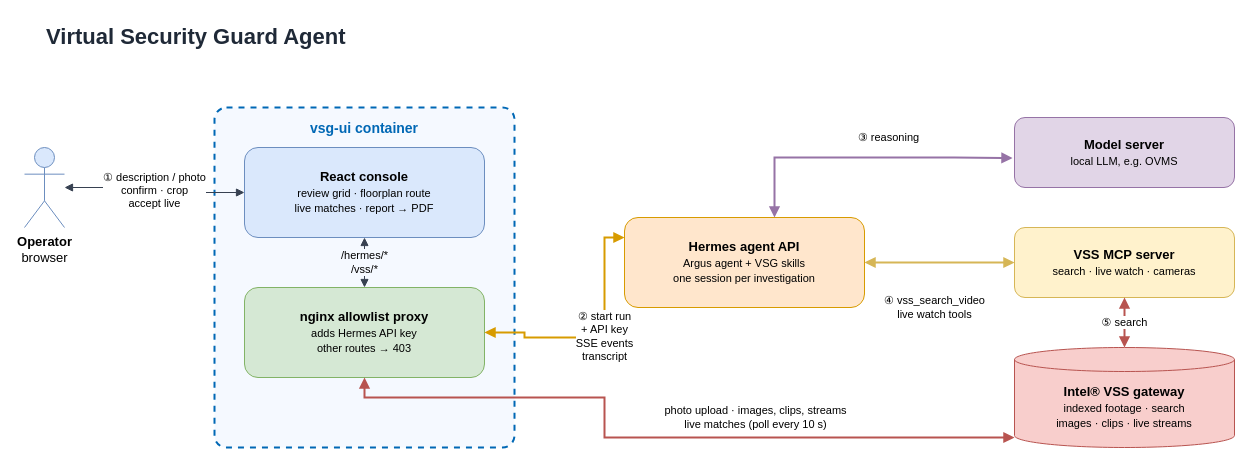
The draw.io diagram virtual-security-guard-agent/docs/user-guide/_assets/drawio/vsg-data-flow.drawio in open-edge-platform/metro-ai-suite, before the edit. Source tidied: cells renumbered, new cells numbered last; positions are measured from the earlier drawing's top-left corner, leaving out a move shared by most shapes. Both pictures are drawn from the tidied source at 100%, with x=0, y=0 at pixel (24, 17).
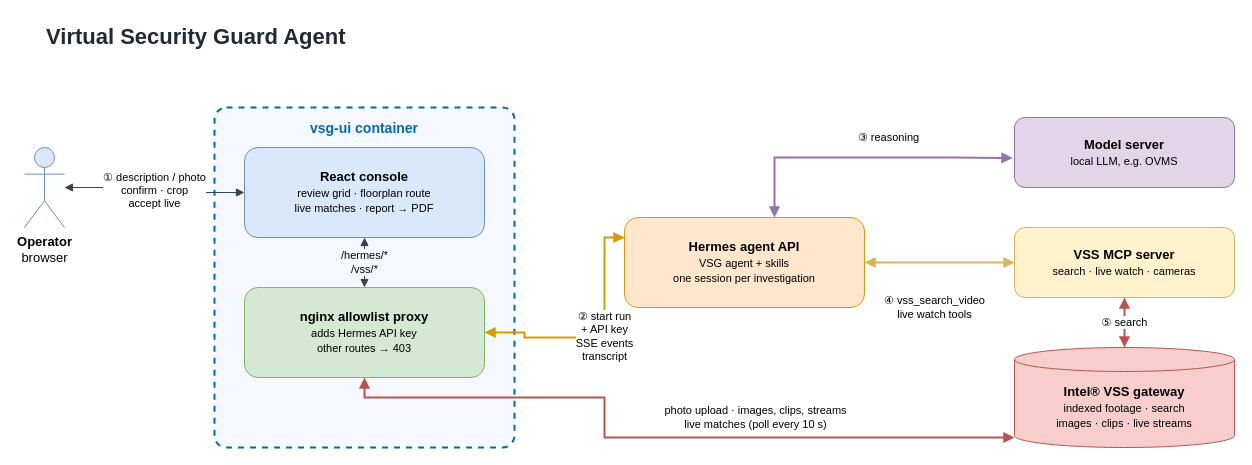
The same page after the edit.

Change to the diagram source:
```diff
@@
-    <mxCell id="7" value="&lt;b&gt;Hermes agent API&lt;/b&gt;&lt;br&gt;&lt;font style=&quot;font-size:11px&quot;&gt;Argus agent + VSG skills&lt;br&gt;one session per investigation&lt;/font&gt;" style="rounded=1;whiteSpace=wrap;html=1;fillColor=#FFE6CC;strokeColor=#D79B00;fontSize=13;" parent="1" vertex="1">
+    <mxCell id="7" value="&lt;b&gt;Hermes agent API&lt;/b&gt;&lt;br&gt;&lt;font style=&quot;font-size:11px&quot;&gt;VSG agent + skills&lt;br&gt;one session per investigation&lt;/font&gt;" style="rounded=1;whiteSpace=wrap;html=1;fillColor=#FFE6CC;strokeColor=#D79B00;fontSize=13;" parent="1" vertex="1">
       <mxGeometry x="600" y="200" width="240" height="90" as="geometry" />
     </mxCell>
```
